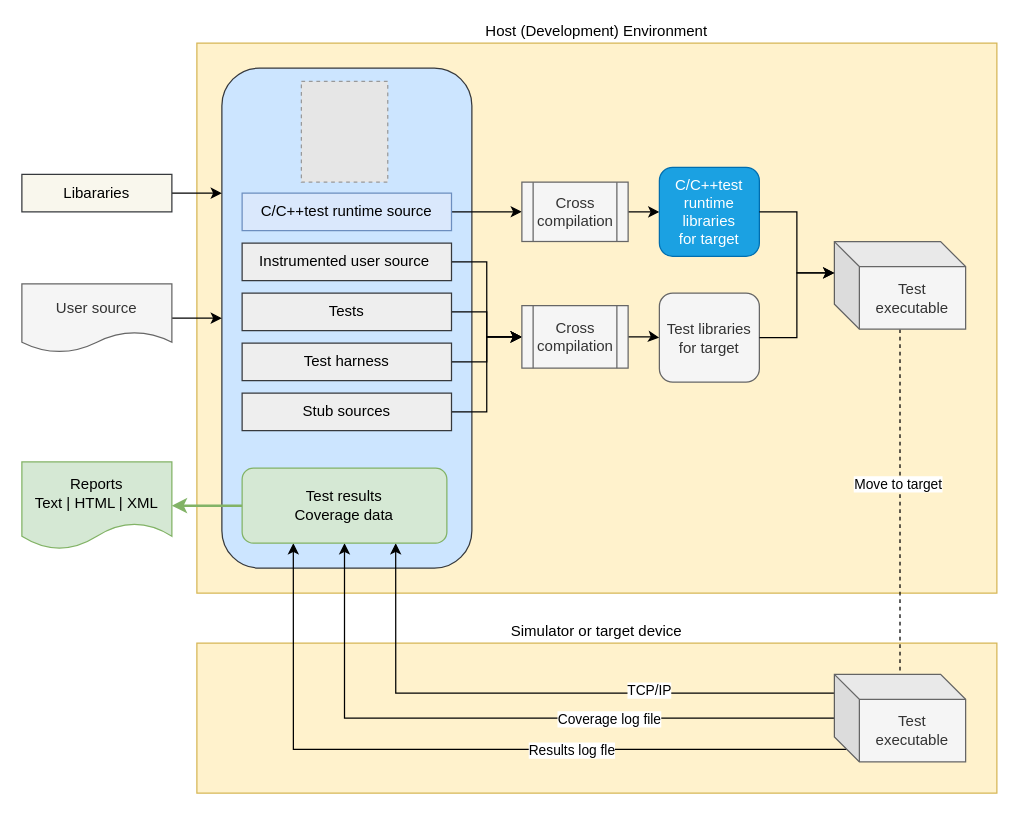
Above: cpptest-testing-diagrams.drawio in gtrofimov/draw-io-projects (draw.io), before the change. Source tidied: cells renumbered, new cells numbered last; positions are measured from the earlier drawing's top-left corner, leaving out a move shared by most shapes. Both pictures are drawn from the tidied source at 125%, with x=0, y=0 at pixel (21, 42). Pictures stored in the file or linked from it are replaced by grey dashed boxes.
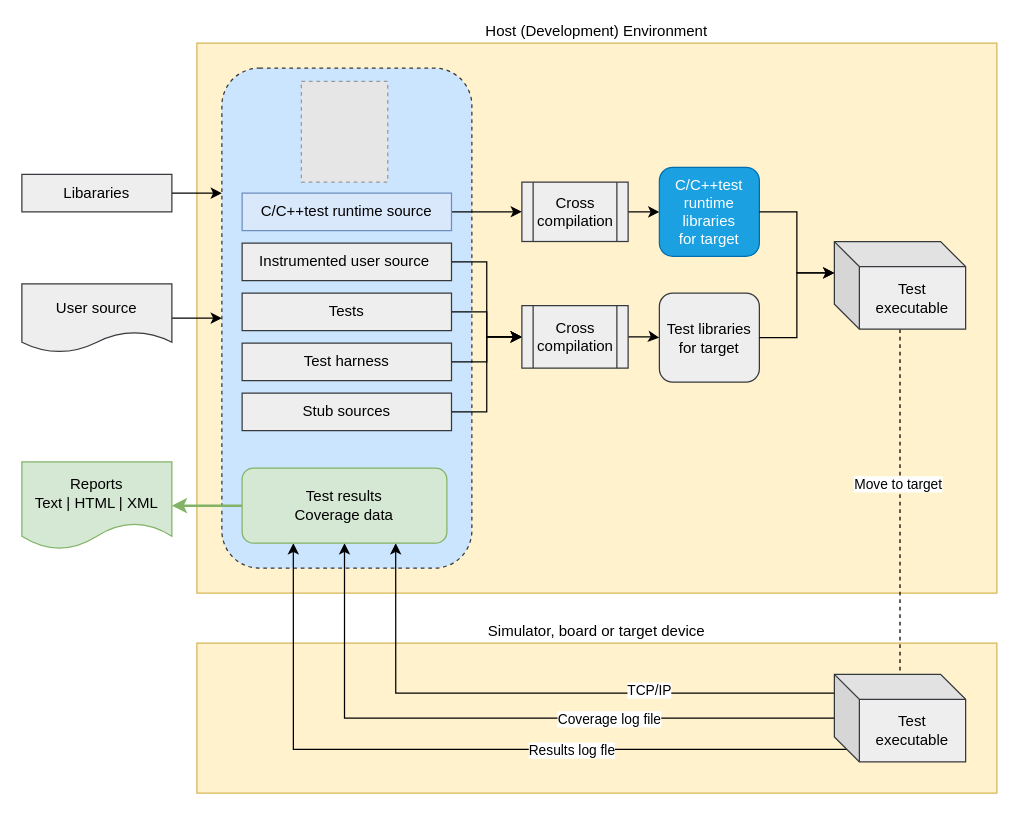
The same diagram, later.

What changed in the source:
```diff
@@
-    <mxCell id="2" value="Simulator or target device" style="rounded=0;whiteSpace=wrap;html=1;labelPosition=center;verticalLabelPosition=top;align=center;verticalAlign=bottom;fillColor=#fff2cc;strokeColor=#d6b656;" parent="1" vertex="1">
+    <mxCell id="2" value="Simulator, board or target device" style="rounded=0;whiteSpace=wrap;html=1;labelPosition=center;verticalLabelPosition=top;align=center;verticalAlign=bottom;fillColor=#fff2cc;strokeColor=#d6b656;" parent="1" vertex="1">
       <mxGeometry x="140" y="480" width="640" height="120" as="geometry" />
     </mxCell>
@@
-    <mxCell id="4" style="rounded=1;whiteSpace=wrap;html=1;labelPosition=center;verticalLabelPosition=top;align=center;verticalAlign=bottom;fillColor=#cce5ff;strokeColor=#36393d;" parent="1" vertex="1">
+    <mxCell id="4" style="rounded=1;whiteSpace=wrap;html=1;labelPosition=center;verticalLabelPosition=top;align=center;verticalAlign=bottom;fillColor=#cce5ff;strokeColor=#36393d;dashed=1;" parent="1" vertex="1">
       <mxGeometry x="160" y="20" width="200" height="400" as="geometry" />
     </mxCell>
@@
-    <mxCell id="14" value="Cross compilation" style="shape=process;whiteSpace=wrap;html=1;backgroundOutline=1;fillColor=#f5f5f5;fontColor=#333333;strokeColor=#666666;" parent="1" vertex="1">
+    <mxCell id="14" value="Cross compilation" style="shape=process;whiteSpace=wrap;html=1;backgroundOutline=1;fillColor=#eeeeee;strokeColor=#36393d;" parent="1" vertex="1">
       <mxGeometry x="400" y="111.2" width="85" height="47.5" as="geometry" />
     </mxCell>
@@
-    <mxCell id="18" value="Cross compilation" style="shape=process;whiteSpace=wrap;html=1;backgroundOutline=1;fillColor=#f5f5f5;fontColor=#333333;strokeColor=#666666;" parent="1" vertex="1">
+    <mxCell id="18" value="Cross compilation" style="shape=process;whiteSpace=wrap;html=1;backgroundOutline=1;fillColor=#eeeeee;strokeColor=#36393d;" parent="1" vertex="1">
       <mxGeometry x="400" y="210" width="85" height="50" as="geometry" />
     </mxCell>
@@
-    <mxCell id="20" value="Test libraries&lt;div&gt;for target&lt;/div&gt;" style="rounded=1;whiteSpace=wrap;html=1;fillColor=#f5f5f5;fontColor=#333333;strokeColor=#666666;" parent="1" vertex="1">
+    <mxCell id="20" value="Test libraries&lt;div&gt;for target&lt;/div&gt;" style="rounded=1;whiteSpace=wrap;html=1;fillColor=#eeeeee;strokeColor=#36393d;" parent="1" vertex="1">
       <mxGeometry x="510" y="200" width="80" height="71.2" as="geometry" />
     </mxCell>
@@
-    <mxCell id="22" value="User source" style="shape=document;whiteSpace=wrap;html=1;boundedLbl=1;fillColor=#f5f5f5;strokeColor=#666666;fontColor=#333333;" parent="1" vertex="1">
+    <mxCell id="22" value="User source" style="shape=document;whiteSpace=wrap;html=1;boundedLbl=1;fillColor=#eeeeee;strokeColor=#36393d;" parent="1" vertex="1">
       <mxGeometry y="192.5" width="120" height="55" as="geometry" />
     </mxCell>
@@
-    <mxCell id="26" value="Test executable" style="shape=cube;whiteSpace=wrap;html=1;boundedLbl=1;backgroundOutline=1;darkOpacity=0.05;darkOpacity2=0.1;fillColor=#f5f5f5;fontColor=#333333;strokeColor=#666666;" parent="1" vertex="1">
+    <mxCell id="26" value="Test executable" style="shape=cube;whiteSpace=wrap;html=1;boundedLbl=1;backgroundOutline=1;darkOpacity=0.05;darkOpacity2=0.1;fillColor=#eeeeee;strokeColor=#36393d;" parent="1" vertex="1">
       <mxGeometry x="650" y="158.8" width="105" height="70" as="geometry" />
     </mxCell>
@@
-    <mxCell id="30" value="Libararies" style="rounded=0;whiteSpace=wrap;html=1;fillColor=#f9f7ed;strokeColor=#36393d;" parent="1" vertex="1">
+    <mxCell id="30" value="Libararies" style="rounded=0;whiteSpace=wrap;html=1;fillColor=#eeeeee;strokeColor=#36393d;" parent="1" vertex="1">
       <mxGeometry y="105" width="120" height="30" as="geometry" />
     </mxCell>
@@
-    <mxCell id="37" value="Test executable" style="shape=cube;whiteSpace=wrap;html=1;boundedLbl=1;backgroundOutline=1;darkOpacity=0.05;darkOpacity2=0.1;fillColor=#f5f5f5;fontColor=#333333;strokeColor=#666666;" parent="1" vertex="1">
+    <mxCell id="37" value="Test executable" style="shape=cube;whiteSpace=wrap;html=1;boundedLbl=1;backgroundOutline=1;darkOpacity=0.05;darkOpacity2=0.1;fillColor=#eeeeee;strokeColor=#36393d;" parent="1" vertex="1">
       <mxGeometry x="650" y="505" width="105" height="70" as="geometry" />
     </mxCell>
```
